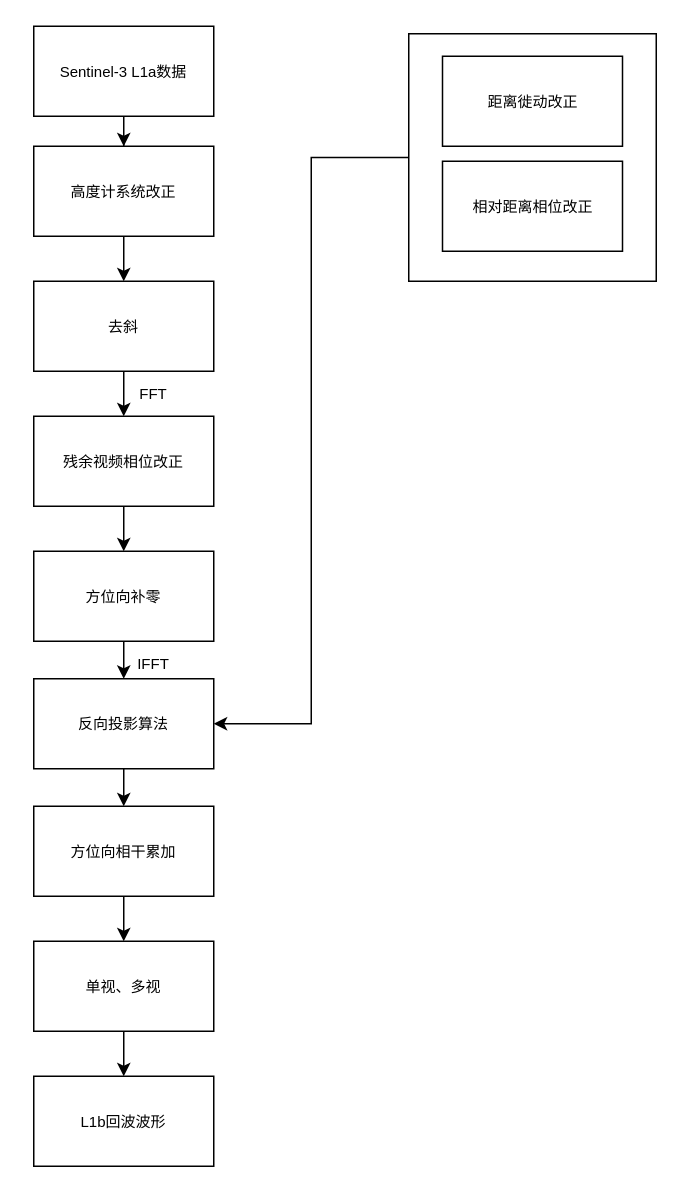
Earlier version of the draw.io diagram FFSAR flow.drawio (skgiter/drawIO). Source tidied: cells renumbered, new cells numbered last; positions are measured from the earlier drawing's top-left corner, leaving out a move shared by most shapes. Both pictures are drawn from the tidied source at 150%, with x=0, y=0 at pixel (33, 26).
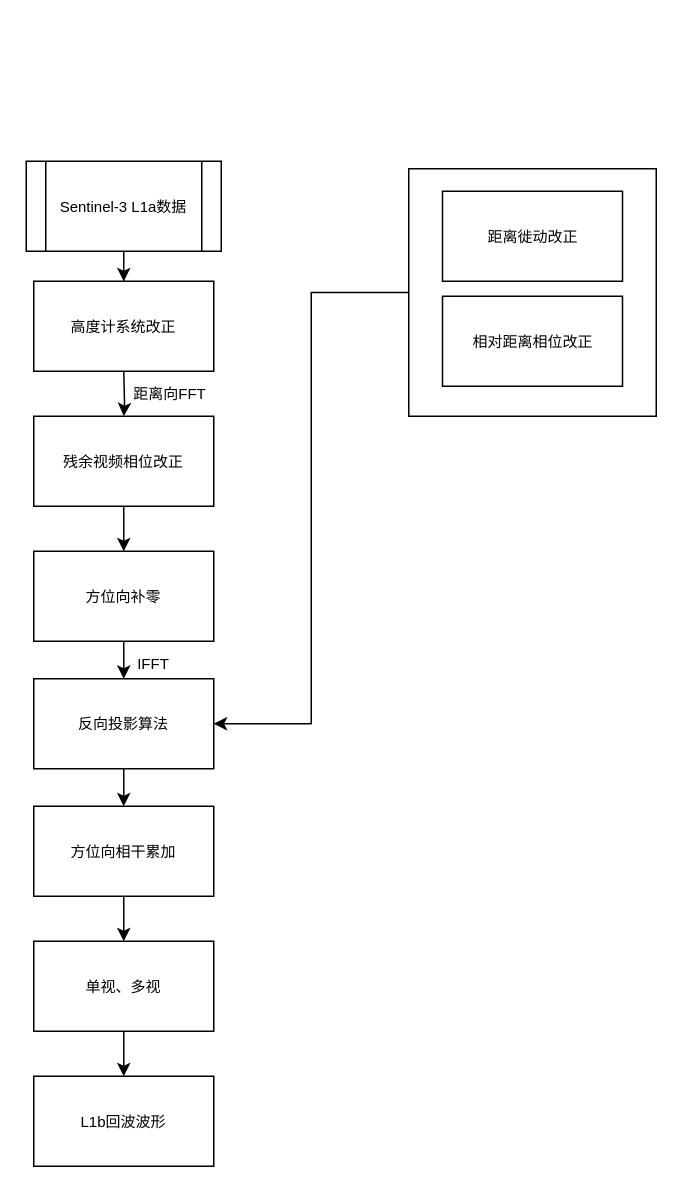
The same page after the edit.

The change refers to these unchanged cells:
```xml
<mxCell id="11" value="残余视频相位改正" style="rounded=0;whiteSpace=wrap;html=1;fontSize=10;" parent="1" vertex="1">
  <mxGeometry y="260" width="120" height="60" as="geometry" />
</mxCell>
```

Diff of the diagram source:
```diff
@@
     <mxCell id="3" style="whiteSpace=wrap;html=1;fontSize=10;" parent="1" vertex="1">
-      <mxGeometry x="250" y="5" width="165" height="165" as="geometry" />
+      <mxGeometry x="250" y="95" width="165" height="165" as="geometry" />
     </mxCell>
@@
-    <mxCell id="5" value="Sentinel-3 L1a数据" style="rounded=0;whiteSpace=wrap;html=1;fontSize=10;" parent="1" vertex="1">
-      <mxGeometry width="120" height="60" as="geometry" />
+    <mxCell id="5" value="Sentinel-3 L1a数据" style="shape=process;whiteSpace=wrap;html=1;backgroundOutline=1;fontFamily=Helvetica;fontSize=10;fontColor=rgb(0, 0, 0);align=center;strokeColor=rgb(0, 0, 0);fillColor=rgb(255, 255, 255);" parent="1" vertex="1">
+      <mxGeometry x="-5" y="90" width="130" height="60" as="geometry" />
     </mxCell>
-    <mxCell id="6" style="edgeStyle=orthogonalEdgeStyle;rounded=0;jettySize=auto;html=1;fontSize=10;" parent="1" edge="1" source="7" target="9">
-      <mxGeometry relative="1" as="geometry" />
-    </mxCell>
     <mxCell id="7" value="高度计系统改正" style="rounded=0;whiteSpace=wrap;html=1;fontSize=10;" parent="1" vertex="1">
-      <mxGeometry y="80" width="120" height="60" as="geometry" />
+      <mxGeometry y="170" width="120" height="60" as="geometry" />
     </mxCell>
-    <mxCell id="8" style="edgeStyle=orthogonalEdgeStyle;rounded=0;jettySize=auto;html=1;fontSize=10;" parent="1" edge="1" source="9" target="11">
-      <mxGeometry relative="1" as="geometry" />
+    <mxCell id="8" style="edgeStyle=orthogonalEdgeStyle;rounded=0;jettySize=auto;html=1;fontSize=10;" parent="1" edge="1" target="11">
+      <mxGeometry relative="1" as="geometry">
+        <mxPoint x="60" y="230" as="sourcePoint" />
+      </mxGeometry>
     </mxCell>
-    <mxCell id="9" value="去斜" style="rounded=0;whiteSpace=wrap;html=1;fontSize=10;" parent="1" vertex="1">
-      <mxGeometry y="170" width="120" height="60" as="geometry" />
-    </mxCell>
@@
     <mxCell id="22" value="距离徙动改正" style="rounded=0;whiteSpace=wrap;html=1;fontSize=10;" parent="1" vertex="1">
-      <mxGeometry x="272.5" y="20" width="120" height="60" as="geometry" />
+      <mxGeometry x="272.5" y="110" width="120" height="60" as="geometry" />
     </mxCell>
     <mxCell id="23" value="相对距离相位改正" style="rounded=0;whiteSpace=wrap;html=1;fontSize=10;" parent="1" vertex="1">
-      <mxGeometry x="272.5" y="90" width="120" height="60" as="geometry" />
+      <mxGeometry x="272.5" y="180" width="120" height="60" as="geometry" />
     </mxCell>
-    <mxCell id="24" value="FFT" style="text;html=1;strokeColor=none;fillColor=none;align=center;verticalAlign=middle;whiteSpace=wrap;rounded=0;fontSize=10;" parent="1" vertex="1">
-      <mxGeometry x="50" y="230" width="60" height="30" as="geometry" />
+    <mxCell id="24" value="距离向FFT" style="text;html=1;strokeColor=none;fillColor=none;align=center;verticalAlign=middle;whiteSpace=wrap;rounded=0;fontSize=10;" parent="1" vertex="1">
+      <mxGeometry x="51" y="230" width="80" height="30" as="geometry" />
     </mxCell>
```
